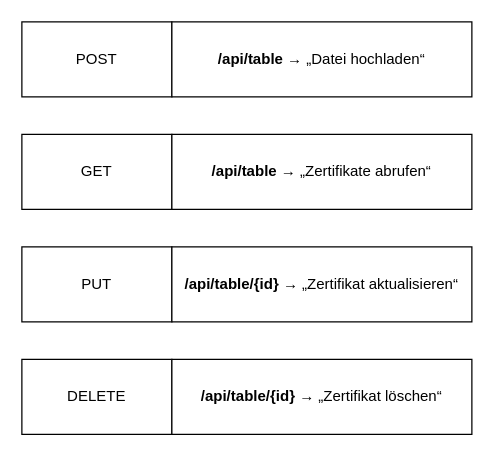
danmas221/Spring-Boot-Anwendung keeps this draw.io diagram as Unbenanntes Diagramm.drawio. Above is the earlier version. Source tidied: cells renumbered, new cells numbered last; positions are measured from the earlier drawing's top-left corner, leaving out a move shared by most shapes. Both pictures are drawn from the tidied source at 125%, with x=0, y=0 at pixel (21, 21).
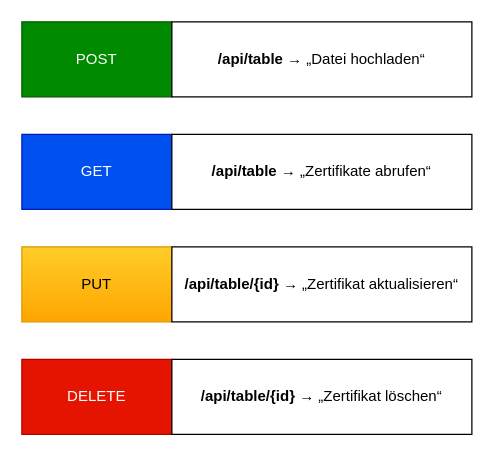
The same page after the edit.

Diff of the diagram source:
```diff
@@
 <mxGraphModel>
   <root>
     <mxCell id="0" />
     <mxCell id="1" parent="0" />
-    <mxCell id="2" value="POST" style="rounded=0;whiteSpace=wrap;html=1;" parent="1" vertex="1">
+    <mxCell id="2" value="POST" style="rounded=0;whiteSpace=wrap;html=1;fillColor=#008a00;fontColor=#ffffff;strokeColor=#005700;" parent="1" vertex="1">
       <mxGeometry width="120" height="60" as="geometry" />
     </mxCell>
-    <mxCell id="3" value="GET" style="rounded=0;whiteSpace=wrap;html=1;" parent="1" vertex="1">
+    <mxCell id="3" value="GET" style="rounded=0;whiteSpace=wrap;html=1;fillColor=#0050ef;fontColor=#ffffff;strokeColor=#001DBC;" parent="1" vertex="1">
       <mxGeometry y="90" width="120" height="60" as="geometry" />
     </mxCell>
-    <mxCell id="4" value="PUT" style="rounded=0;whiteSpace=wrap;html=1;" parent="1" vertex="1">
+    <mxCell id="4" value="PUT" style="rounded=0;whiteSpace=wrap;html=1;fillColor=#ffcd28;strokeColor=#d79b00;gradientColor=#ffa500;" parent="1" vertex="1">
       <mxGeometry y="180" width="120" height="60" as="geometry" />
     </mxCell>
-    <mxCell id="5" value="DELETE" style="rounded=0;whiteSpace=wrap;html=1;" parent="1" vertex="1">
+    <mxCell id="5" value="DELETE" style="rounded=0;whiteSpace=wrap;html=1;fillColor=#e51400;fontColor=#ffffff;strokeColor=#B20000;" parent="1" vertex="1">
       <mxGeometry y="270" width="120" height="60" as="geometry" />
     </mxCell>
     <mxCell id="6" value="&lt;strong&gt;/api/table&lt;/strong&gt;&amp;nbsp;→ „Datei hochladen“" style="rounded=0;whiteSpace=wrap;html=1;" parent="1" vertex="1">
       <mxGeometry x="120" width="240" height="60" as="geometry" />
     </mxCell>
     <mxCell id="7" value="&lt;strong&gt;/api/table&lt;/strong&gt;&amp;nbsp;→ „Zertifikate abrufen“" style="rounded=0;whiteSpace=wrap;html=1;" parent="1" vertex="1">
       <mxGeometry x="120" y="90" width="240" height="60" as="geometry" />
     </mxCell>
     <mxCell id="8" value="&lt;strong&gt;/api/table/{id}&lt;/strong&gt; → „Zertifikat aktualisieren“" style="rounded=0;whiteSpace=wrap;html=1;" parent="1" vertex="1">
       <mxGeometry x="120" y="180" width="240" height="60" as="geometry" />
     </mxCell>
     <mxCell id="9" value="&lt;strong&gt;/api/table/{id}&lt;/strong&gt; → „Zertifikat löschen“" style="rounded=0;whiteSpace=wrap;html=1;" parent="1" vertex="1">
       <mxGeometry x="120" y="270" width="240" height="60" as="geometry" />
     </mxCell>
   </root>
 </mxGraphModel>
```
